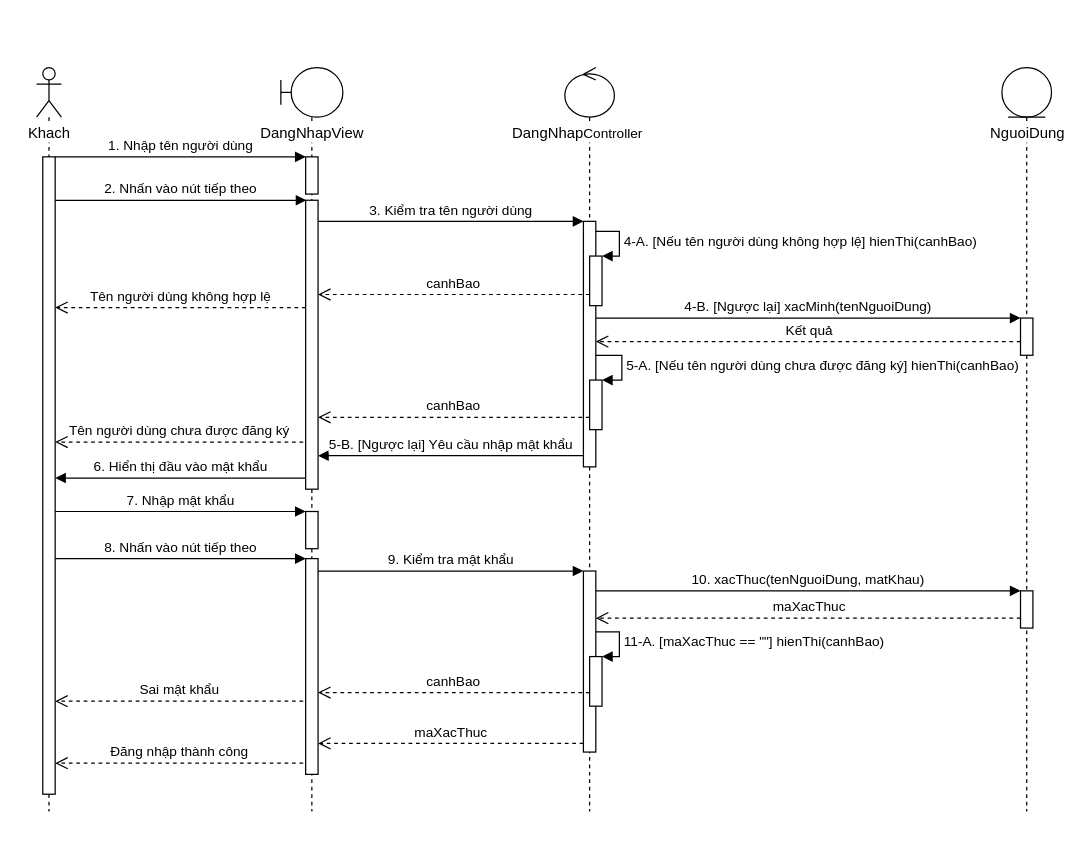
luclegen/medicine16 keeps this draw.io diagram as page "Sequence" (1 of 4) of designs/luc.drawio. Above is the earlier version. Source tidied: cells renumbered, new cells numbered last; positions are measured from the earlier drawing's top-left corner, leaving out a move shared by most shapes. Both pictures are drawn from the tidied source at 124%, with x=0, y=0 at pixel (21, 67).
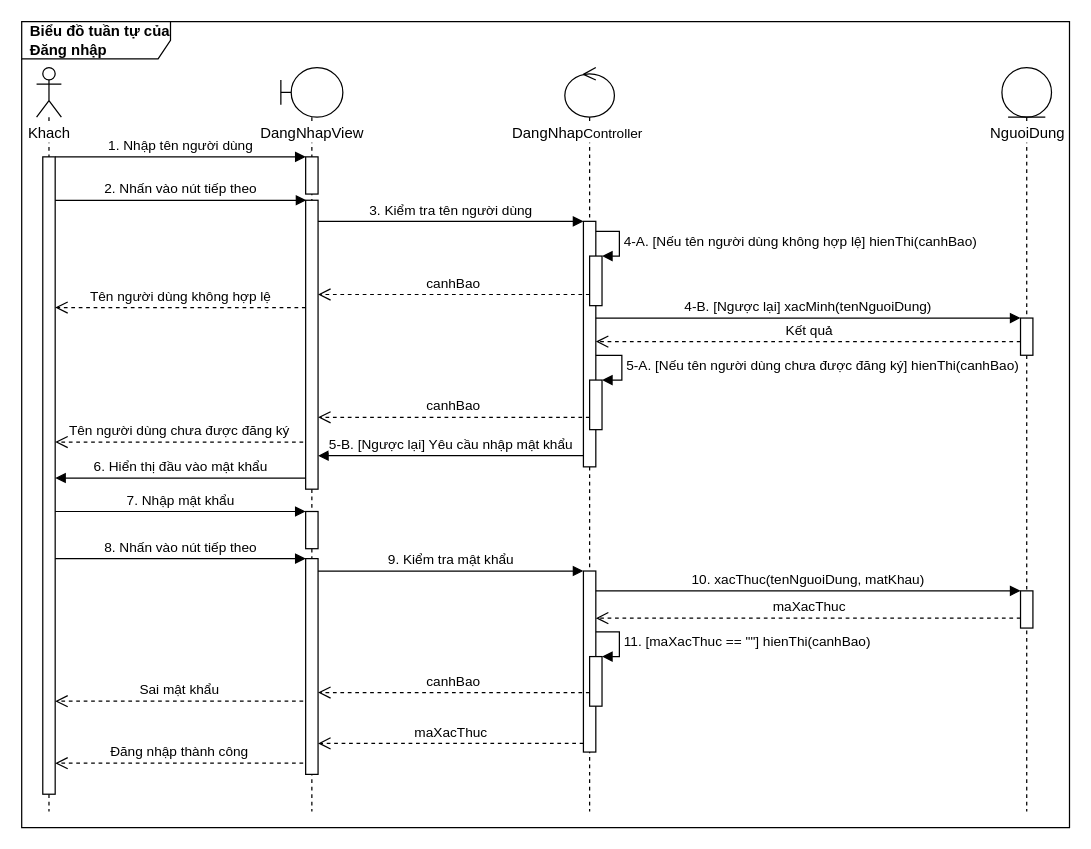
The same page after the edit.

The change refers to these unchanged cells:
```xml
<mxCell id="36" style="html=1;points=[];perimeter=orthogonalPerimeter;labelBackgroundColor=#FFFFFF;" parent="1" vertex="1">
  <mxGeometry x="458" y="475" width="10" height="40" as="geometry" />
</mxCell>
```

What changed in the source:
```diff
@@
+    <mxCell id="45" value="&lt;b&gt;Biểu đồ tuần tự của Đăng nhập&lt;/b&gt;" style="shape=umlFrame;whiteSpace=wrap;html=1;width=120;height=30;boundedLbl=1;verticalAlign=middle;align=left;spacingLeft=5;" parent="1" vertex="1">
+      <mxGeometry y="-37" width="845" height="650" as="geometry" />
+    </mxCell>
@@
-    <mxCell id="37" value="11-A. [maXacThuc == &quot;&quot;] hienThi(canhBao)" style="edgeStyle=orthogonalEdgeStyle;html=1;align=left;spacingLeft=2;endArrow=block;rounded=0;entryX=1;entryY=0;" parent="1" edge="1" target="36">
+    <mxCell id="37" value="11. [maXacThuc == &quot;&quot;] hienThi(canhBao)" style="edgeStyle=orthogonalEdgeStyle;html=1;align=left;spacingLeft=2;endArrow=block;rounded=0;entryX=1;entryY=0;" parent="1" edge="1" target="36">
       <mxGeometry relative="1" as="geometry">
         <mxPoint x="463" y="455" as="sourcePoint" />
         <Array as="points">
           <mxPoint x="482" y="455" />
           <mxPoint x="482" y="475" />
         </Array>
       </mxGeometry>
     </mxCell>
```
